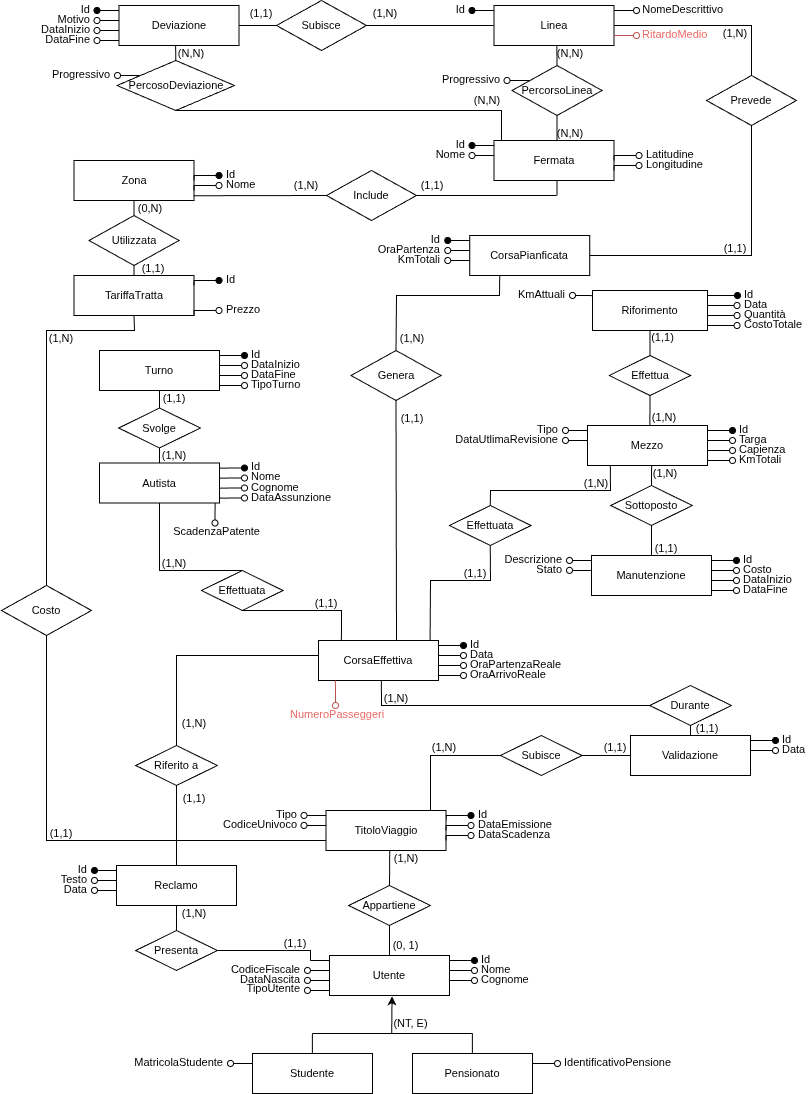
This is 2102 basi-di-dati/progetto/SchemaER.png from AndreaGirlando/Uni, a draw.io export, as it was before one commit. Source tidied: cells renumbered, new cells last; positions are measured from the earlier drawing's top-left corner, leaving out a move shared by most shapes.
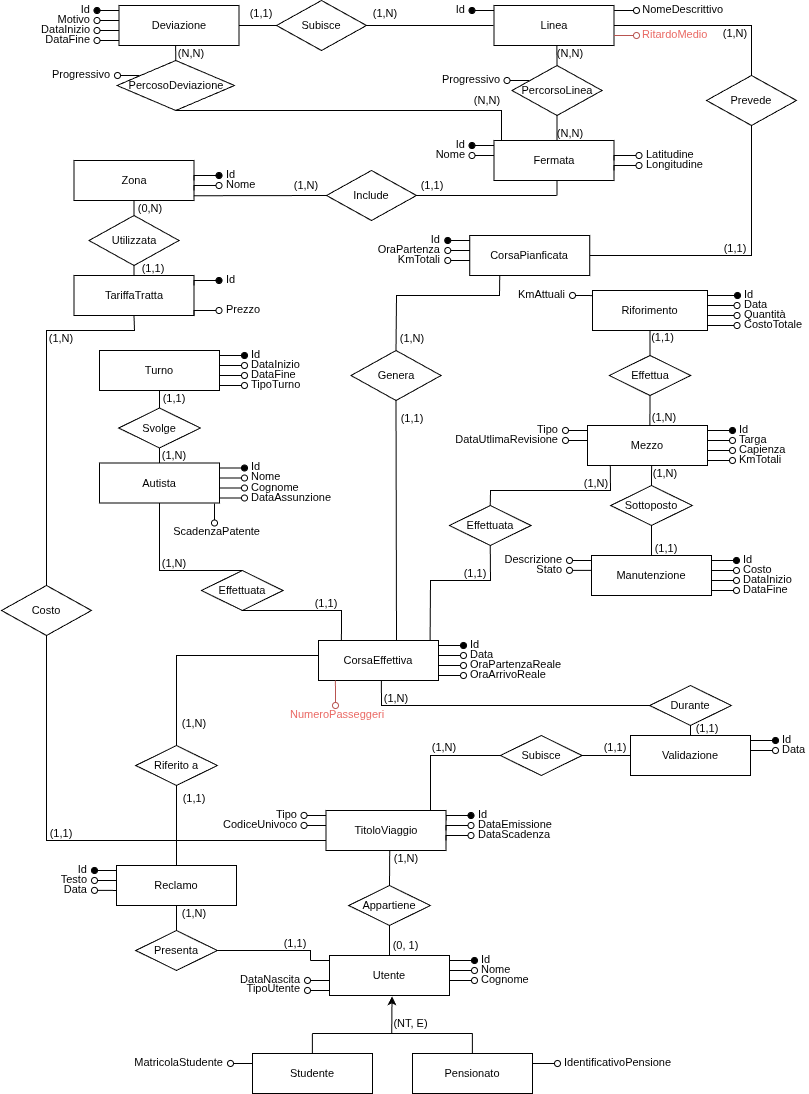
Above is the later version.

Change to the diagram source:
```diff
@@ -2,9 +2,6 @@
   <root>
     <mxCell id="0" />
     <mxCell id="1" parent="0" />
-    <mxCell id="2" value="&lt;font&gt;CodiceFiscale&lt;/font&gt;" style="text;html=1;align=right;verticalAlign=middle;whiteSpace=wrap;rounded=0;spacingLeft=5;spacingBottom=3;fontSize=11;" parent="1" vertex="1">
-      <mxGeometry x="242" y="965" width="60" height="10" as="geometry" />
-    </mxCell>
     <mxCell id="3" value="&lt;font&gt;DataNascita&lt;/font&gt;" style="text;html=1;align=right;verticalAlign=middle;whiteSpace=wrap;rounded=0;spacingLeft=5;spacingBottom=3;fontSize=11;" parent="1" vertex="1">
       <mxGeometry x="247" y="975" width="55" height="10" as="geometry" />
     </mxCell>
@@ -457,16 +454,6 @@
         </Array>
       </mxGeometry>
     </mxCell>
-    <mxCell id="102" style="edgeStyle=orthogonalEdgeStyle;rounded=0;orthogonalLoop=1;jettySize=auto;html=1;startArrow=oval;startFill=0;endArrow=none;endFill=0;align=left;fontSize=11;" parent="94" edge="1">
-      <mxGeometry relative="1" as="geometry">
-        <mxPoint x="50" y="35" as="sourcePoint" />
-        <mxPoint x="72" y="35" as="targetPoint" />
-        <Array as="points">
-          <mxPoint x="60" y="35" />
-          <mxPoint x="60" y="35" />
-        </Array>
-      </mxGeometry>
-    </mxCell>
     <mxCell id="103" style="text;html=1;align=left;verticalAlign=middle;whiteSpace=wrap;rounded=0;spacingLeft=5;fontSize=11;" parent="94" vertex="1">
       <mxGeometry x="30" y="20" width="15" height="10" as="geometry" />
     </mxCell>
```
